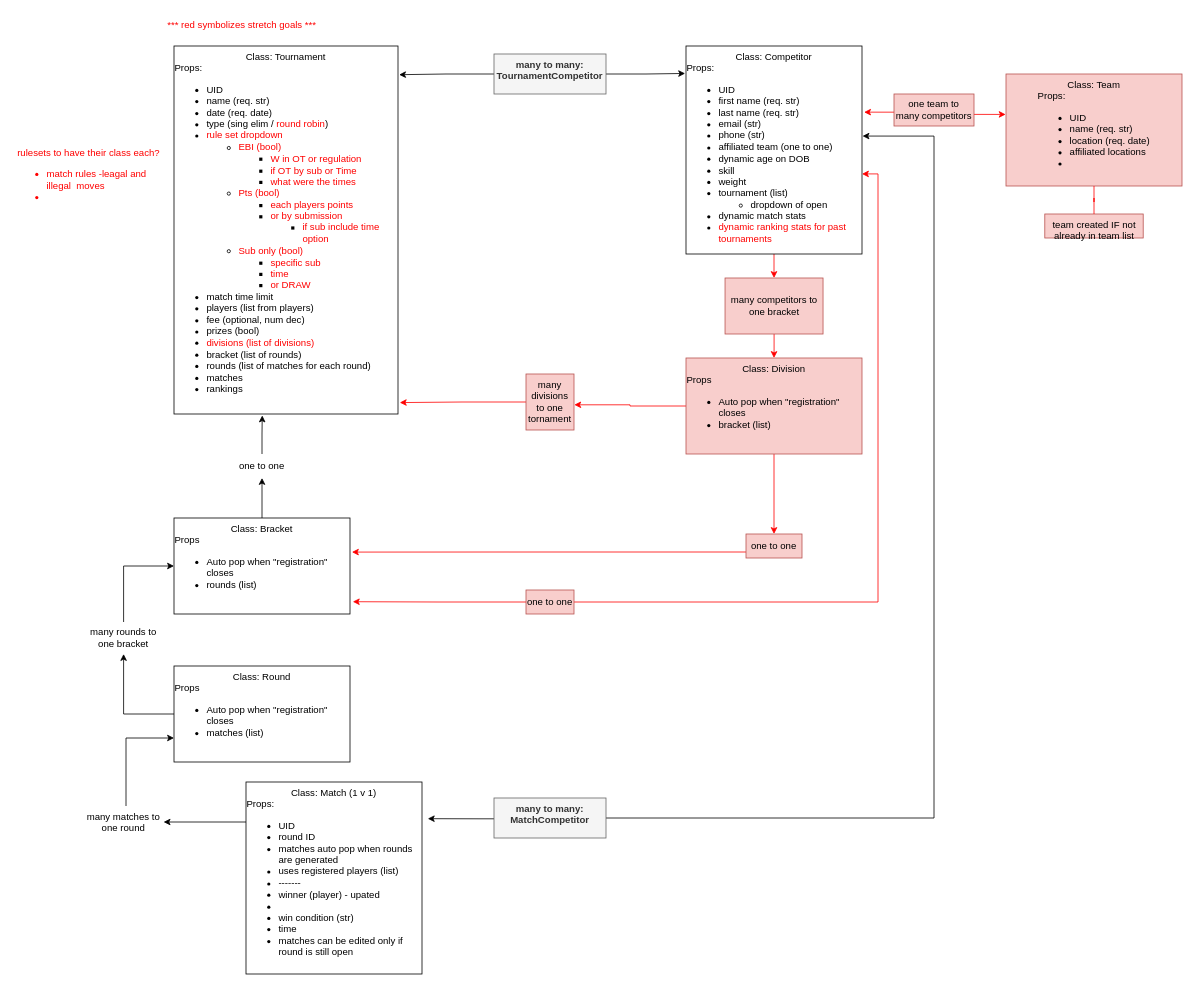
Before: page "data map" (2 of 3) of whiteboard.drawio in jessi-b/TournamentTracker.Solution, a draw.io diagram. Source tidied: cells renumbered, new cells numbered last; positions are measured from the earlier drawing's top-left corner, leaving out a move shared by most shapes. Both pictures are drawn from the tidied source at 80%, with x=0, y=0 at pixel (14, 14).
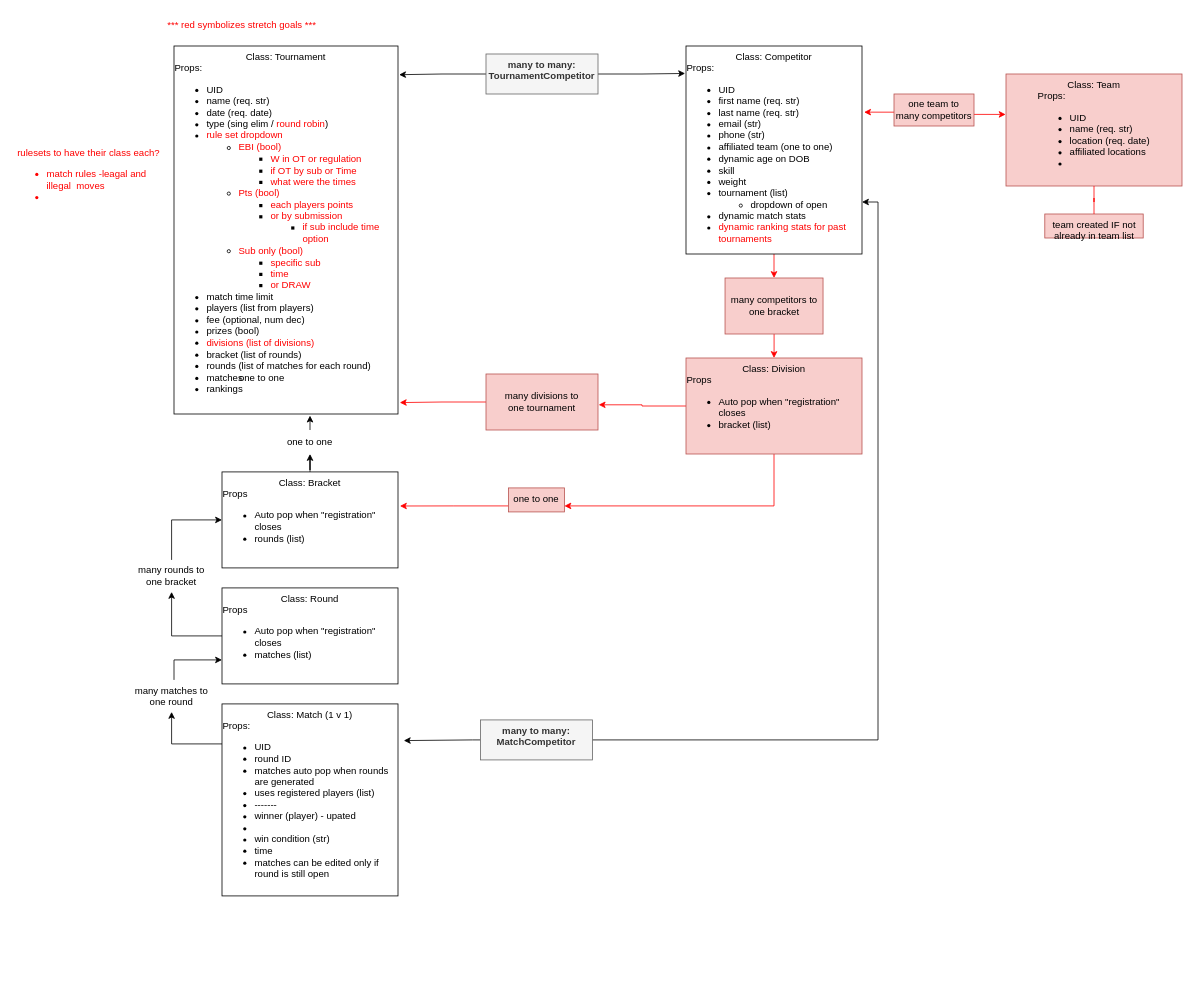
The same page after the edit.

Unchanged cells that the change refers to:
```xml
<mxCell id="3" value="Class:&amp;nbsp;&lt;span&gt;Competitor&lt;/span&gt;&lt;br&gt;&lt;div style=&quot;text-align: left&quot;&gt;&lt;span&gt;Props:&lt;/span&gt;&lt;br&gt;&lt;/div&gt;&lt;ul&gt;&lt;li style=&quot;text-align: left&quot;&gt;&lt;span&gt;UID&lt;/span&gt;&lt;/li&gt;&lt;li style=&quot;text-align: left&quot;&gt;&lt;span&gt;first name (req. str)&lt;/span&gt;&lt;/li&gt;&lt;li style=&quot;text-align: left&quot;&gt;last name (req. str)&lt;/li&gt;&lt;li style=&quot;text-align: left&quot;&gt;email (str)&lt;/li&gt;&lt;li style=&quot;text-align: left&quot;&gt;phone (str)&lt;/li&gt;&lt;li style=&quot;text-align: left&quot;&gt;affiliated team (one to one)&lt;/li&gt;&lt;li style=&quot;text-align: left&quot;&gt;dynamic age on DOB&lt;/li&gt;&lt;li style=&quot;text-align: left&quot;&gt;skill&lt;/li&gt;&lt;li style=&quot;text-align: left&quot;&gt;weight&lt;/li&gt;&lt;li style=&quot;text-align: left&quot;&gt;tournament (list)&amp;nbsp;&lt;/li&gt;&lt;ul&gt;&lt;li style=&quot;text-align: left&quot;&gt;dropdown of open&lt;/li&gt;&lt;/ul&gt;&lt;li style=&quot;text-align: left&quot;&gt;dynamic match stats&lt;/li&gt;&lt;li style=&quot;text-align: left&quot;&gt;&lt;font color=&quot;#ff0000&quot;&gt;dynamic ranking stats for past tournaments&lt;/font&gt;&lt;/li&gt;&lt;/ul&gt;" style="rounded=0;whiteSpace=wrap;html=1;verticalAlign=top;" parent="1" vertex="1">
  <mxGeometry x="840" y="40" width="220" height="260" as="geometry" />
</mxCell>
<mxCell id="4" value="Class: Tournament&lt;br&gt;&lt;div style=&quot;text-align: left&quot;&gt;&lt;span&gt;Props:&lt;/span&gt;&lt;br&gt;&lt;/div&gt;&lt;ul&gt;&lt;li style=&quot;text-align: left&quot;&gt;&lt;span&gt;UID&lt;/span&gt;&lt;/li&gt;&lt;li style=&quot;text-align: left&quot;&gt;&lt;span&gt;name (req. str)&lt;/span&gt;&lt;/li&gt;&lt;li style=&quot;text-align: left&quot;&gt;date (req. date)&lt;/li&gt;&lt;li style=&quot;text-align: left&quot;&gt;type (sing elim / &lt;font color=&quot;#ff0000&quot;&gt;round robin&lt;/font&gt;)&lt;/li&gt;&lt;li style=&quot;text-align: left&quot;&gt;&lt;font color=&quot;#ff0000&quot;&gt;rule set dropdown&lt;/font&gt;&lt;/li&gt;&lt;ul&gt;&lt;li style=&quot;text-align: left&quot;&gt;&lt;font color=&quot;#ff0000&quot;&gt;EBI (bool)&lt;/font&gt;&lt;/li&gt;&lt;ul&gt;&lt;li style=&quot;text-align: left&quot;&gt;&lt;font color=&quot;#ff0000&quot;&gt;W in OT or regulation&lt;/font&gt;&lt;/li&gt;&lt;li style=&quot;text-align: left&quot;&gt;&lt;font color=&quot;#ff0000&quot;&gt;if OT by sub or Time&lt;/font&gt;&lt;/li&gt;&lt;li style=&quot;text-align: left&quot;&gt;&lt;font color=&quot;#ff0000&quot;&gt;what were the times&lt;/font&gt;&lt;/li&gt;&lt;/ul&gt;&lt;li style=&quot;text-align: left&quot;&gt;&lt;font color=&quot;#ff0000&quot;&gt;Pts (bool)&lt;/font&gt;&lt;/li&gt;&lt;ul&gt;&lt;li style=&quot;text-align: left&quot;&gt;&lt;font color=&quot;#ff0000&quot;&gt;each players points&lt;/font&gt;&lt;/li&gt;&lt;li style=&quot;text-align: left&quot;&gt;&lt;font color=&quot;#ff0000&quot;&gt;or by submission&lt;/font&gt;&lt;/li&gt;&lt;ul&gt;&lt;li style=&quot;text-align: left&quot;&gt;&lt;font color=&quot;#ff0000&quot;&gt;if sub include time option&lt;/font&gt;&lt;/li&gt;&lt;/ul&gt;&lt;/ul&gt;&lt;li style=&quot;text-align: left&quot;&gt;&lt;font color=&quot;#ff0000&quot;&gt;Sub only (bool)&lt;/font&gt;&lt;/li&gt;&lt;ul&gt;&lt;li style=&quot;text-align: left&quot;&gt;&lt;font color=&quot;#ff0000&quot;&gt;specific sub&lt;/font&gt;&lt;/li&gt;&lt;li style=&quot;text-align: left&quot;&gt;&lt;font color=&quot;#ff0000&quot;&gt;time&lt;/font&gt;&lt;/li&gt;&lt;li style=&quot;text-align: left&quot;&gt;&lt;font color=&quot;#ff0000&quot;&gt;or DRAW&lt;/font&gt;&lt;/li&gt;&lt;/ul&gt;&lt;/ul&gt;&lt;li style=&quot;text-align: left&quot;&gt;match time limit&lt;/li&gt;&lt;li style=&quot;text-align: left&quot;&gt;players (list from players)&lt;/li&gt;&lt;li style=&quot;text-align: left&quot;&gt;fee (optional, num dec)&lt;/li&gt;&lt;li style=&quot;text-align: left&quot;&gt;prizes (bool)&lt;/li&gt;&lt;li style=&quot;text-align: left&quot;&gt;&lt;font color=&quot;#ff0000&quot;&gt;divisions (list of divisions)&lt;/font&gt;&lt;/li&gt;&lt;li style=&quot;text-align: left&quot;&gt;bracket (list of rounds)&lt;/li&gt;&lt;li style=&quot;text-align: left&quot;&gt;rounds (list of matches for each round)&lt;/li&gt;&lt;li style=&quot;text-align: left&quot;&gt;matches&lt;/li&gt;&lt;li style=&quot;text-align: left&quot;&gt;rankings&lt;/li&gt;&lt;/ul&gt;" style="rounded=0;whiteSpace=wrap;html=1;verticalAlign=top;" parent="1" vertex="1">
  <mxGeometry x="200" y="40" width="280" height="460" as="geometry" />
</mxCell>
<mxCell id="28" value="Class: Division&lt;br&gt;&lt;div style=&quot;text-align: left&quot;&gt;&lt;span&gt;Props&lt;/span&gt;&lt;/div&gt;&lt;div style=&quot;text-align: left&quot;&gt;&lt;ul&gt;&lt;li&gt;Auto pop when &quot;registration&quot; closes&lt;/li&gt;&lt;li&gt;bracket (list)&lt;/li&gt;&lt;/ul&gt;&lt;/div&gt;" style="rounded=0;whiteSpace=wrap;html=1;align=center;verticalAlign=top;fillColor=#f8cecc;strokeColor=#b85450;" parent="1" vertex="1">
  <mxGeometry x="840" y="430" width="220" height="120" as="geometry" />
</mxCell>
```

Diff of the diagram source:
```diff
@@
-    <mxCell id="6" style="edgeStyle=orthogonalEdgeStyle;rounded=0;jettySize=auto;html=1;strokeColor=#000000;" parent="1" edge="1" source="7" target="17">
+    <mxCell id="6" style="edgeStyle=orthogonalEdgeStyle;rounded=0;jettySize=auto;html=1;strokeColor=#000000;" parent="1" edge="1" target="17">
       <mxGeometry relative="1" as="geometry">
+        <mxPoint x="350" y="912.4" as="sourcePoint" />
         <Array as="points">
-          <mxPoint x="280" y="1010" />
-          <mxPoint x="280" y="1010" />
+          <mxPoint x="340" y="912.4" />
+          <mxPoint x="340" y="912.4" />
         </Array>
       </mxGeometry>
     </mxCell>
     <mxCell id="7" value="Class: Match (1 v 1)&lt;br&gt;&lt;div style=&quot;text-align: left&quot;&gt;&lt;span&gt;Props:&lt;/span&gt;&lt;/div&gt;&lt;ul&gt;&lt;li style=&quot;text-align: left&quot;&gt;&lt;span&gt;UID&lt;/span&gt;&lt;/li&gt;&lt;li style=&quot;text-align: left&quot;&gt;&lt;span&gt;round ID&amp;nbsp;&lt;/span&gt;&lt;/li&gt;&lt;li style=&quot;text-align: left&quot;&gt;&lt;span&gt;matches auto pop when rounds are generated&lt;/span&gt;&lt;/li&gt;&lt;li style=&quot;text-align: left&quot;&gt;&lt;span&gt;uses registered players (list)&lt;/span&gt;&lt;/li&gt;&lt;li style=&quot;text-align: left&quot;&gt;&lt;span&gt;-------&lt;/span&gt;&lt;/li&gt;&lt;li style=&quot;text-align: left&quot;&gt;&lt;span&gt;winner (player) - upated&lt;/span&gt;&lt;/li&gt;&lt;li style=&quot;text-align: left&quot;&gt;&lt;br&gt;&lt;/li&gt;&lt;li style=&quot;text-align: left&quot;&gt;win condition (str)&lt;/li&gt;&lt;li style=&quot;text-align: left&quot;&gt;time&lt;/li&gt;&lt;li style=&quot;text-align: left&quot;&gt;matches can be edited only if round is still open&lt;/li&gt;&lt;/ul&gt;" style="rounded=0;whiteSpace=wrap;html=1;verticalAlign=top;" parent="1" vertex="1">
-      <mxGeometry x="290" y="960" width="220" height="240" as="geometry" />
+      <mxGeometry x="260" y="862.4" width="220" height="240" as="geometry" />
     </mxCell>
@@
     <mxCell id="10" value="&lt;b&gt;many to many:&lt;br&gt;TournamentCompetitor&lt;/b&gt;" style="text;html=1;align=center;verticalAlign=top;whiteSpace=wrap;rounded=0;fillColor=#f5f5f5;fontColor=#333333;strokeColor=#666666;" parent="1" vertex="1">
-      <mxGeometry x="600" y="50" width="140" height="50" as="geometry" />
+      <mxGeometry x="590" y="50" width="140" height="50" as="geometry" />
     </mxCell>
@@
     <mxCell id="14" value="Class: Round&lt;br&gt;&lt;div style=&quot;text-align: left&quot;&gt;&lt;span&gt;Props&lt;/span&gt;&lt;/div&gt;&lt;div style=&quot;text-align: left&quot;&gt;&lt;ul&gt;&lt;li&gt;Auto pop when &quot;registration&quot; closes&lt;/li&gt;&lt;li&gt;matches (list)&lt;/li&gt;&lt;/ul&gt;&lt;/div&gt;" style="rounded=0;whiteSpace=wrap;html=1;fontColor=#000000;align=center;verticalAlign=top;" parent="1" vertex="1">
-      <mxGeometry x="200" y="815" width="220" height="120" as="geometry" />
+      <mxGeometry x="260" y="717.4" width="220" height="120" as="geometry" />
     </mxCell>
@@
     <mxCell id="16" style="edgeStyle=orthogonalEdgeStyle;rounded=0;jettySize=auto;html=1;entryX=0;entryY=0.75;entryDx=0;entryDy=0;strokeColor=#000000;" parent="1" edge="1" source="17" target="14">
       <mxGeometry relative="1" as="geometry">
         <Array as="points">
-          <mxPoint x="140" y="905" />
+          <mxPoint x="200" y="807.4" />
         </Array>
       </mxGeometry>
     </mxCell>
     <mxCell id="17" value="many matches to one round" style="text;html=1;strokeColor=none;fillColor=none;align=center;verticalAlign=top;whiteSpace=wrap;rounded=0;fontColor=#000000;" parent="1" vertex="1">
-      <mxGeometry x="87" y="990" width="100" height="40" as="geometry" />
+      <mxGeometry x="147" y="832.4" width="100" height="40" as="geometry" />
     </mxCell>
@@
     <mxCell id="23" value="Class: Bracket&lt;br&gt;&lt;div style=&quot;text-align: left&quot;&gt;&lt;span&gt;Props&lt;/span&gt;&lt;/div&gt;&lt;div style=&quot;text-align: left&quot;&gt;&lt;ul&gt;&lt;li&gt;Auto pop when &quot;registration&quot; closes&lt;/li&gt;&lt;li&gt;rounds (list)&lt;/li&gt;&lt;/ul&gt;&lt;/div&gt;" style="rounded=0;whiteSpace=wrap;html=1;fontColor=#000000;align=center;verticalAlign=top;" parent="1" vertex="1">
-      <mxGeometry x="200" y="630" width="220" height="120" as="geometry" />
+      <mxGeometry x="260" y="572.4" width="220" height="120" as="geometry" />
     </mxCell>
     <mxCell id="24" style="edgeStyle=orthogonalEdgeStyle;rounded=0;jettySize=auto;html=1;entryX=0;entryY=0.5;entryDx=0;entryDy=0;fontColor=#000000;" parent="1" edge="1" source="25" target="23">
       <mxGeometry relative="1" as="geometry">
         <Array as="points">
-          <mxPoint x="137" y="690" />
+          <mxPoint x="197" y="632.4" />
         </Array>
       </mxGeometry>
     </mxCell>
     <mxCell id="25" value="&lt;font color=&quot;#000000&quot;&gt;many rounds to one bracket&lt;/font&gt;" style="text;html=1;strokeColor=none;fillColor=none;align=center;verticalAlign=middle;whiteSpace=wrap;rounded=0;fontColor=#FF0000;" parent="1" vertex="1">
-      <mxGeometry x="87" y="760" width="100" height="40" as="geometry" />
+      <mxGeometry x="147" y="682.4" width="100" height="40" as="geometry" />
     </mxCell>
+    <mxCell id="27" style="edgeStyle=orthogonalEdgeStyle;rounded=0;jettySize=auto;html=1;strokeColor=#FF0000;entryX=1.006;entryY=0.55;entryDx=0;entryDy=0;entryPerimeter=0;" parent="1" edge="1" source="28" target="33">
+      <mxGeometry relative="1" as="geometry" />
+    </mxCell>
-    <mxCell id="26" style="edgeStyle=orthogonalEdgeStyle;rounded=0;jettySize=auto;html=1;entryX=0.5;entryY=0;entryDx=0;entryDy=0;strokeColor=#FF0000;" parent="1" edge="1" source="28" target="40">
+    <mxCell id="26" style="edgeStyle=orthogonalEdgeStyle;rounded=0;jettySize=auto;html=1;entryX=1;entryY=0.75;entryDx=0;entryDy=0;strokeColor=#FF0000;exitX=0.5;exitY=1;exitDx=0;exitDy=0;" parent="1" edge="1" source="28" target="40">
       <mxGeometry relative="1" as="geometry" />
     </mxCell>
-    <mxCell id="27" style="edgeStyle=orthogonalEdgeStyle;rounded=0;jettySize=auto;html=1;strokeColor=#FF0000;entryX=1.006;entryY=0.55;entryDx=0;entryDy=0;entryPerimeter=0;" parent="1" edge="1" source="28" target="33">
-      <mxGeometry relative="1" as="geometry" />
-    </mxCell>
@@
-    <mxCell id="30" style="edgeStyle=orthogonalEdgeStyle;rounded=0;jettySize=auto;html=1;fontColor=#000000;entryX=0.394;entryY=1.004;entryDx=0;entryDy=0;entryPerimeter=0;" parent="1" edge="1" source="31" target="4">
-      <mxGeometry relative="1" as="geometry" />
+    <mxCell id="30" style="edgeStyle=orthogonalEdgeStyle;rounded=0;jettySize=auto;html=1;fontColor=#000000;" parent="1" edge="1" source="31">
+      <mxGeometry relative="1" as="geometry">
+        <mxPoint x="370" y="502" as="targetPoint" />
+        <Array as="points">
+          <mxPoint x="370" y="502" />
+        </Array>
+      </mxGeometry>
     </mxCell>
     <mxCell id="31" value="one to one" style="text;html=1;align=center;verticalAlign=middle;whiteSpace=wrap;rounded=0;" parent="1" vertex="1">
-      <mxGeometry x="280" y="550" width="60" height="30" as="geometry" />
+      <mxGeometry x="340" y="520" width="60" height="30" as="geometry" />
     </mxCell>
@@
-    <mxCell id="33" value="many divisions to one tornament" style="text;html=1;strokeColor=#b85450;fillColor=#f8cecc;align=center;verticalAlign=middle;whiteSpace=wrap;rounded=0;" parent="1" vertex="1">
-      <mxGeometry x="640" y="450" width="60" height="70" as="geometry" />
+    <mxCell id="33" value="many divisions to &lt;br&gt;one tournament" style="text;html=1;strokeColor=#b85450;fillColor=#f8cecc;align=center;verticalAlign=middle;whiteSpace=wrap;rounded=0;" parent="1" vertex="1">
+      <mxGeometry x="590" y="450" width="140" height="70" as="geometry" />
     </mxCell>
@@
-    <mxCell id="36" style="edgeStyle=orthogonalEdgeStyle;rounded=0;jettySize=auto;html=1;entryX=1;entryY=0.615;entryDx=0;entryDy=0;entryPerimeter=0;fontColor=#000000;strokeColor=#FF0000;fillColor=#f8cecc;exitX=1;exitY=0.5;exitDx=0;exitDy=0;" parent="1" edge="1" source="39" target="3">
-      <mxGeometry relative="1" as="geometry" />
-    </mxCell>
-    <mxCell id="37" style="edgeStyle=orthogonalEdgeStyle;rounded=0;jettySize=auto;html=1;entryX=1.016;entryY=0.872;entryDx=0;entryDy=0;entryPerimeter=0;fontColor=#000000;strokeColor=#FF0000;fillColor=#f8cecc;exitX=0;exitY=0.5;exitDx=0;exitDy=0;" parent="1" edge="1" source="39" target="23">
-      <mxGeometry relative="1" as="geometry" />
-    </mxCell>
-    <mxCell id="38" style="edgeStyle=orthogonalEdgeStyle;rounded=0;jettySize=auto;html=1;entryX=1.003;entryY=0.433;entryDx=0;entryDy=0;entryPerimeter=0;fontColor=#000000;exitX=1;exitY=0.5;exitDx=0;exitDy=0;" parent="1" edge="1" source="42" target="3">
-      <mxGeometry relative="1" as="geometry">
-        <Array as="points">
-          <mxPoint x="1150" y="1005" />
-          <mxPoint x="1150" y="153" />
-        </Array>
-      </mxGeometry>
-    </mxCell>
-    <mxCell id="39" value="&lt;font color=&quot;#000000&quot;&gt;one to one&lt;/font&gt;" style="text;html=1;strokeColor=#b85450;fillColor=#f8cecc;align=center;verticalAlign=middle;whiteSpace=wrap;rounded=0;" parent="1" vertex="1">
-      <mxGeometry x="640" y="720" width="60" height="30" as="geometry" />
-    </mxCell>
     <mxCell id="40" value="one to one" style="text;html=1;strokeColor=#b85450;fillColor=#f8cecc;align=center;verticalAlign=middle;whiteSpace=wrap;rounded=0;" parent="1" vertex="1">
-      <mxGeometry x="915" y="650" width="70" height="30" as="geometry" />
+      <mxGeometry x="618" y="592.4" width="70" height="30" as="geometry" />
     </mxCell>
-    <mxCell id="41" style="edgeStyle=orthogonalEdgeStyle;rounded=0;jettySize=auto;html=1;entryX=1.033;entryY=0.191;entryDx=0;entryDy=0;entryPerimeter=0;strokeColor=#000000;" parent="1" edge="1" source="42" target="7">
+    <mxCell id="41" style="edgeStyle=orthogonalEdgeStyle;rounded=0;jettySize=auto;html=1;entryX=1.033;entryY=0.191;entryDx=0;entryDy=0;entryPerimeter=0;strokeColor=#000000;exitX=0;exitY=0.5;exitDx=0;exitDy=0;" parent="1" edge="1" source="42" target="7">
       <mxGeometry relative="1" as="geometry">
         <Array as="points">
-          <mxPoint x="580" y="1006" />
-          <mxPoint x="580" y="1006" />
+          <mxPoint x="573" y="907.4" />
+          <mxPoint x="513" y="908.4" />
         </Array>
       </mxGeometry>
     </mxCell>
+    <mxCell id="38" style="edgeStyle=orthogonalEdgeStyle;rounded=0;jettySize=auto;html=1;entryX=1;entryY=0.75;entryDx=0;entryDy=0;strokeColor=#000000;" parent="1" edge="1" source="42" target="3">
+      <mxGeometry relative="1" as="geometry" />
+    </mxCell>
     <mxCell id="42" value="&lt;b&gt;many to many:&lt;br&gt;MatchCompetitor&lt;br&gt;&lt;/b&gt;" style="text;html=1;align=center;verticalAlign=top;whiteSpace=wrap;rounded=0;fillColor=#f5f5f5;fontColor=#333333;strokeColor=#666666;" parent="1" vertex="1">
-      <mxGeometry x="600" y="980" width="140" height="50" as="geometry" />
+      <mxGeometry x="583" y="882.4" width="140" height="50" as="geometry" />
     </mxCell>
+    <mxCell id="39" value="one to one" style="text;html=1;align=center;verticalAlign=middle;whiteSpace=wrap;rounded=0;" parent="1" vertex="1">
+      <mxGeometry x="280" y="440" width="60" height="30" as="geometry" />
+    </mxCell>
```
